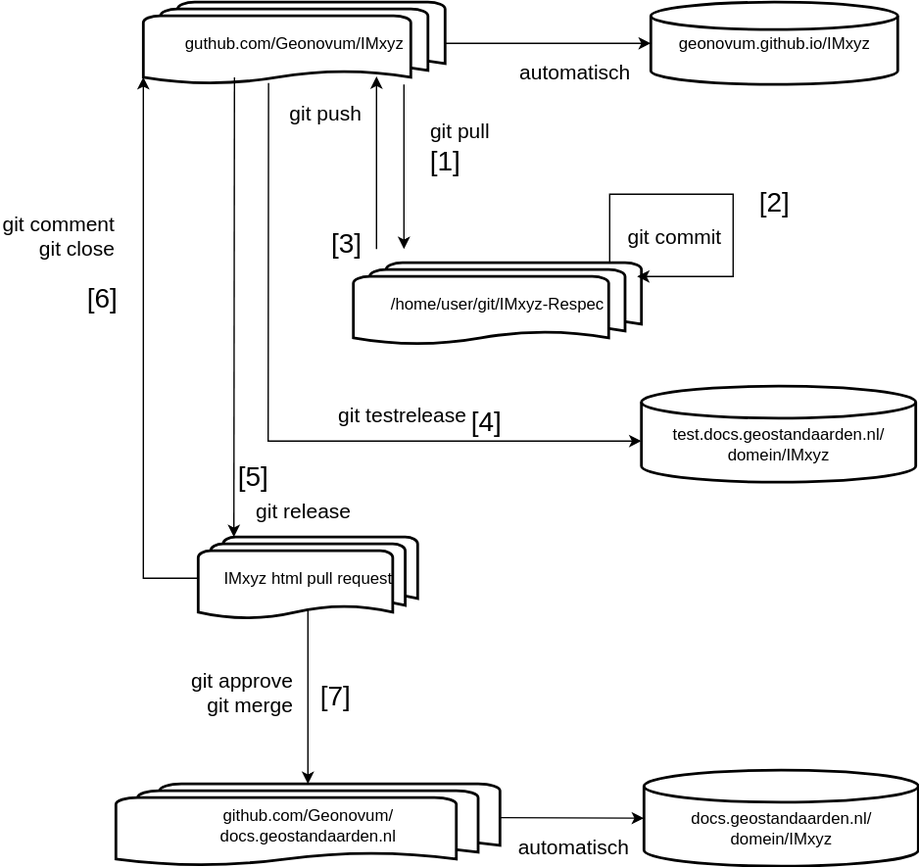
Before: docs/ReSpec/media/WorkflowReSpecGit.drawio.svg, a diagram exported from draw.io (Geonovum/handleiding-tooling). Source tidied: cells renumbered, new cells last; positions are measured from the earlier drawing's top-left corner, leaving out a move shared by most shapes.
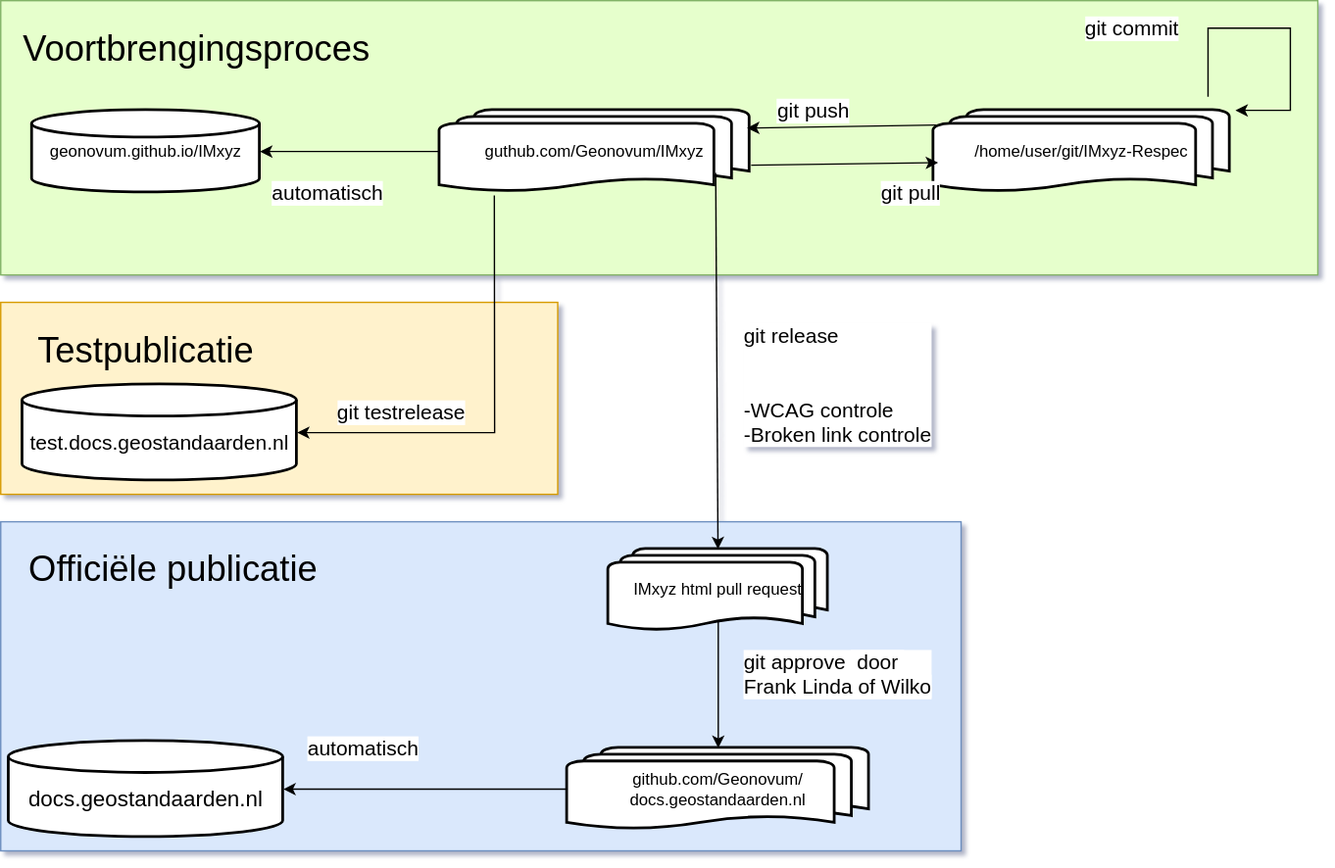
The same file after the commit.

The edit, as a diff of the source:
```diff
@@ -1,107 +1,84 @@
-<mxGraphModel>
+<mxGraphModel shadow="1">
   <root>
     <mxCell id="0" />
     <mxCell id="1" parent="0" />
+    <mxCell id="26" style="rounded=0;whiteSpace=wrap;html=1;fillColor=#dae8fc;strokeColor=#6c8ebf;" parent="1" vertex="1">
+      <mxGeometry x="-680" y="-840" width="700" height="240" as="geometry" />
+    </mxCell>
+    <mxCell id="27" style="rounded=0;whiteSpace=wrap;html=1;fillColor=#FFF2CC;strokeColor=#d79b00;" parent="1" vertex="1">
+      <mxGeometry x="-680" y="-1000" width="406" height="140" as="geometry" />
+    </mxCell>
+    <mxCell id="28" style="rounded=0;whiteSpace=wrap;html=1;fillColor=#E6FFCC;strokeColor=#82b366;" parent="1" vertex="1">
+      <mxGeometry x="-680" y="-1220" width="960" height="200" as="geometry" />
+    </mxCell>
     <mxCell id="2" value="guthub.com/Geonovum/IMxyz" style="strokeWidth=2;html=1;shape=mxgraph.flowchart.multi-document;whiteSpace=wrap;" parent="1" vertex="1">
-      <mxGeometry x="60" width="220" height="60" as="geometry" />
+      <mxGeometry x="-360" y="-1140" width="226" height="60" as="geometry" />
     </mxCell>
     <mxCell id="3" value="/home/user/git/IMxyz-Respec" style="strokeWidth=2;html=1;shape=mxgraph.flowchart.multi-document;whiteSpace=wrap;" parent="1" vertex="1">
-      <mxGeometry x="213.1" y="190" width="210" height="60" as="geometry" />
+      <mxGeometry y="-1140" width="216" height="60" as="geometry" />
     </mxCell>
     <mxCell id="4" value="IMxyz html pull request" style="strokeWidth=2;html=1;shape=mxgraph.flowchart.multi-document;whiteSpace=wrap;" parent="1" vertex="1">
-      <mxGeometry x="100" y="390" width="160" height="60" as="geometry" />
+      <mxGeometry x="-237" y="-820" width="160" height="60" as="geometry" />
     </mxCell>
-    <mxCell id="5" value="&lt;div&gt;&lt;br&gt;&lt;/div&gt;&lt;div&gt;docs.geostandaarden.nl/&lt;/div&gt;&lt;div&gt;domein/IMxyz&lt;/div&gt;" style="strokeWidth=2;html=1;shape=mxgraph.flowchart.database;whiteSpace=wrap;" parent="1" vertex="1">
-      <mxGeometry x="425" y="560" width="200" height="70" as="geometry" />
+    <mxCell id="5" value="&lt;div&gt;&lt;br&gt;&lt;/div&gt;&lt;div&gt;&lt;font style=&quot;font-size: 16px;&quot;&gt;docs.geostandaarden.nl&lt;/font&gt;&lt;/div&gt;" style="strokeWidth=2;html=1;shape=mxgraph.flowchart.database;whiteSpace=wrap;" parent="1" vertex="1">
+      <mxGeometry x="-674" y="-680" width="200" height="70" as="geometry" />
     </mxCell>
-    <mxCell id="6" value="&lt;span style=&quot;font-size: 15px;&quot;&gt;git pull&lt;/span&gt;" style="rounded=0;orthogonalLoop=1;jettySize=auto;html=1;align=left;" parent="1" edge="1">
-      <mxGeometry x="-0.44" y="17" relative="1" as="geometry">
-        <mxPoint x="250" y="60" as="sourcePoint" />
-        <mxPoint x="250" y="180" as="targetPoint" />
+    <mxCell id="6" value="&lt;span style=&quot;font-size: 15px;&quot;&gt;git pull&lt;/span&gt;" style="rounded=0;jettySize=auto;html=1;align=left;entryX=0.015;entryY=0.635;entryDx=0;entryDy=0;entryPerimeter=0;" parent="1" edge="1" target="3">
+      <mxGeometry x="0.36" y="-21" relative="1" as="geometry">
+        <mxPoint x="-133" y="-1100" as="sourcePoint" />
       </mxGeometry>
     </mxCell>
-    <mxCell id="7" value="&lt;div align=&quot;left&quot;&gt;&lt;font style=&quot;font-size: 15px;&quot;&gt;git commit&lt;/font&gt;&lt;/div&gt;" style="edgeStyle=orthogonalEdgeStyle;rounded=0;orthogonalLoop=1;jettySize=auto;html=1;align=left;" parent="1" edge="1">
-      <mxGeometry x="-0.85" y="-11" relative="1" as="geometry">
-        <mxPoint x="400" y="190" as="sourcePoint" />
-        <mxPoint x="420" y="200" as="targetPoint" />
+    <mxCell id="7" value="&lt;div&gt;&lt;font style=&quot;font-size: 15px;&quot;&gt;git commit&lt;/font&gt;&lt;/div&gt;" style="edgeStyle=orthogonalEdgeStyle;rounded=0;orthogonalLoop=1;jettySize=auto;html=1;align=right;" parent="1" edge="1">
+      <mxGeometry x="-0.52" y="-20" relative="1" as="geometry">
+        <mxPoint x="200" y="-1150" as="sourcePoint" />
+        <mxPoint x="220" y="-1140" as="targetPoint" />
         <Array as="points">
-          <mxPoint x="400" y="140" />
-          <mxPoint x="490" y="140" />
-          <mxPoint x="490" y="200" />
+          <mxPoint x="200" y="-1200" />
+          <mxPoint x="260" y="-1200" />
+          <mxPoint x="260" y="-1140" />
         </Array>
+        <mxPoint x="-20" y="-20" as="offset" />
       </mxGeometry>
     </mxCell>
-    <mxCell id="8" value="&lt;font style=&quot;font-size: 15px;&quot;&gt;git release&lt;/font&gt;" style="endArrow=classic;html=1;rounded=0;exitX=0.302;exitY=0.914;exitDx=0;exitDy=0;exitPerimeter=0;align=left;" parent="1" edge="1" source="2">
-      <mxGeometry x="0.88" y="14" relative="1" as="geometry">
-        <mxPoint x="126" y="390" as="targetPoint" />
-      </mxGeometry>
+    <mxCell id="8" value="&lt;font style=&quot;font-size: 15px;&quot;&gt;git release&lt;/font&gt;&lt;div&gt;&lt;span style=&quot;font-size: 15px;&quot;&gt;&lt;br&gt;&lt;/span&gt;&lt;/div&gt;&lt;div&gt;&lt;span style=&quot;font-size: 15px;&quot;&gt;&lt;br&gt;&lt;/span&gt;&lt;div&gt;&lt;span style=&quot;font-size: 15px;&quot;&gt;-WCAG controle&lt;/span&gt;&lt;/div&gt;&lt;div&gt;&lt;span style=&quot;font-size: 15px;&quot;&gt;-Broken link controle&lt;/span&gt;&lt;/div&gt;&lt;/div&gt;" style="endArrow=classic;html=1;rounded=0;exitX=0.89;exitY=0.759;exitDx=0;exitDy=0;exitPerimeter=0;align=left;" parent="1" edge="1" source="2" target="4">
+      <mxGeometry x="0.13" y="18" relative="1" as="geometry" />
     </mxCell>
-    <mxCell id="9" value="&lt;font style=&quot;font-size: 20px;&quot;&gt;[1&lt;/font&gt;&lt;span style=&quot;font-size: 20px; background-color: transparent; color: light-dark(rgb(0, 0, 0), rgb(255, 255, 255));&quot;&gt;]&lt;/span&gt;" style="text;html=1;align=center;verticalAlign=middle;whiteSpace=wrap;rounded=0;" parent="1" vertex="1">
-      <mxGeometry x="250" y="100" width="60" height="30" as="geometry" />
-    </mxCell>
-    <mxCell id="10" value="&lt;font style=&quot;font-size: 20px;&quot;&gt;[4]&lt;/font&gt;" style="text;html=1;align=center;verticalAlign=middle;whiteSpace=wrap;rounded=0;" parent="1" vertex="1">
-      <mxGeometry x="280" y="290" width="60" height="30" as="geometry" />
-    </mxCell>
-    <mxCell id="11" value="&lt;font style=&quot;font-size: 20px;&quot;&gt;[5]&lt;/font&gt;" style="text;html=1;align=center;verticalAlign=middle;whiteSpace=wrap;rounded=0;" parent="1" vertex="1">
-      <mxGeometry x="60" y="600" width="60" height="30" as="geometry" />
-    </mxCell>
-    <mxCell id="12" value="&lt;font style=&quot;font-size: 15px;&quot;&gt;automatisch&lt;/font&gt;" style="endArrow=classic;html=1;rounded=0;exitX=1;exitY=0.5;exitDx=0;exitDy=0;exitPerimeter=0;align=right;entryX=0;entryY=0.5;entryDx=0;entryDy=0;entryPerimeter=0;" parent="1" edge="1" source="2">
-      <mxGeometry x="0.82" y="-20" relative="1" as="geometry">
-        <mxPoint x="430" y="30" as="targetPoint" />
-      </mxGeometry>
+    <mxCell id="12" value="&lt;font style=&quot;font-size: 15px;&quot;&gt;automatisch&lt;/font&gt;" style="endArrow=classic;html=1;rounded=0;exitX=0;exitY=0.5;exitDx=0;exitDy=0;exitPerimeter=0;align=right;entryX=1;entryY=0.5;entryDx=0;entryDy=0;entryPerimeter=0;" parent="1" edge="1" source="2" target="24">
+      <mxGeometry x="-0.39" y="30" relative="1" as="geometry" />
     </mxCell>
-    <mxCell id="13" value="&lt;span style=&quot;font-size: 15px;&quot;&gt;git testrelease&lt;/span&gt;" style="endArrow=classic;html=1;rounded=0;exitX=0.415;exitY=0.983;exitDx=0;exitDy=0;exitPerimeter=0;align=left;entryX=0;entryY=0.5;entryDx=0;entryDy=0;entryPerimeter=0;" parent="1" edge="1" source="2">
-      <mxGeometry x="0.16" y="20" relative="1" as="geometry">
-        <mxPoint x="423.1" y="320" as="targetPoint" />
+    <mxCell id="13" value="&lt;span style=&quot;font-size: 15px;&quot;&gt;git testrelease&lt;/span&gt;" style="endArrow=classic;html=1;rounded=0;exitX=0.176;exitY=1.033;exitDx=0;exitDy=0;exitPerimeter=0;align=right;entryX=1;entryY=0.5;entryDx=0;entryDy=0;entryPerimeter=0;" parent="1" edge="1" source="2" target="25">
+      <mxGeometry x="0.22" y="-15" relative="1" as="geometry">
         <Array as="points">
-          <mxPoint x="151" y="320" />
+          <mxPoint x="-320" y="-905" />
         </Array>
       </mxGeometry>
     </mxCell>
     <mxCell id="14" value="github.com/Geonovum/&lt;div&gt;docs.geostandaarden.nl&lt;/div&gt;" style="strokeWidth=2;html=1;shape=mxgraph.flowchart.multi-document;whiteSpace=wrap;" parent="1" vertex="1">
-      <mxGeometry x="40" y="570" width="280" height="60" as="geometry" />
+      <mxGeometry x="-267" y="-675" width="220" height="60" as="geometry" />
     </mxCell>
-    <mxCell id="15" value="&lt;font style=&quot;font-size: 15px;&quot;&gt;git approve&lt;/font&gt;&lt;div&gt;&lt;font style=&quot;font-size: 15px;&quot;&gt;git merge&lt;/font&gt;&lt;/div&gt;" style="endArrow=classic;html=1;rounded=0;align=right;entryX=0.5;entryY=0;entryDx=0;entryDy=0;entryPerimeter=0;exitX=0.5;exitY=0.88;exitDx=0;exitDy=0;exitPerimeter=0;" parent="1" edge="1" source="4" target="14">
-      <mxGeometry x="-0.05" y="-10" relative="1" as="geometry" />
+    <mxCell id="15" value="&lt;font style=&quot;font-size: 15px;&quot;&gt;git approve&amp;nbsp;&lt;/font&gt;&lt;span style=&quot;font-size: 15px; background-color: light-dark(#ffffff, var(--ge-dark-color, #121212)); color: light-dark(rgb(0, 0, 0), rgb(255, 255, 255));&quot;&gt;&amp;nbsp;door&amp;nbsp;&lt;/span&gt;&lt;div&gt;&lt;span style=&quot;font-size: 15px; background-color: light-dark(#ffffff, var(--ge-dark-color, #121212)); color: light-dark(rgb(0, 0, 0), rgb(255, 255, 255));&quot;&gt;Frank Linda of Wilko&lt;/span&gt;&lt;/div&gt;" style="endArrow=classic;html=1;rounded=0;align=left;entryX=0.5;entryY=0;entryDx=0;entryDy=0;entryPerimeter=0;exitX=0.5;exitY=0.88;exitDx=0;exitDy=0;exitPerimeter=0;" parent="1" edge="1" source="4" target="14">
+      <mxGeometry x="-0.19" y="17" relative="1" as="geometry" />
     </mxCell>
-    <mxCell id="16" value="&lt;font style=&quot;font-size: 20px;&quot;&gt;[5]&lt;/font&gt;" style="text;html=1;align=center;verticalAlign=middle;whiteSpace=wrap;rounded=0;" parent="1" vertex="1">
-      <mxGeometry x="110" y="330" width="60" height="30" as="geometry" />
-    </mxCell>
-    <mxCell id="17" value="&lt;font style=&quot;font-size: 20px;&quot;&gt;[6]&lt;/font&gt;" style="text;html=1;align=center;verticalAlign=middle;whiteSpace=wrap;rounded=0;" parent="1" vertex="1">
-      <mxGeometry y="200" width="60" height="30" as="geometry" />
-    </mxCell>
-    <mxCell id="18" value="&lt;font style=&quot;font-size: 20px;&quot;&gt;[3]&lt;/font&gt;" style="text;html=1;align=center;verticalAlign=middle;whiteSpace=wrap;rounded=0;" parent="1" vertex="1">
-      <mxGeometry x="177.8" y="160" width="60" height="30" as="geometry" />
-    </mxCell>
-    <mxCell id="19" value="&lt;font style=&quot;font-size: 20px;&quot;&gt;[2]&lt;/font&gt;" style="text;html=1;align=center;verticalAlign=middle;whiteSpace=wrap;rounded=0;" parent="1" vertex="1">
-      <mxGeometry x="490" y="130" width="60" height="30" as="geometry" />
-    </mxCell>
-    <mxCell id="20" value="&lt;font style=&quot;font-size: 15px;&quot;&gt;git push&lt;/font&gt;" style="endArrow=classic;html=1;rounded=0;align=right;entryX=0.448;entryY=0.972;entryDx=0;entryDy=0;entryPerimeter=0;" parent="1" edge="1">
-      <mxGeometry x="0.59" y="10" relative="1" as="geometry">
-        <mxPoint x="230" y="180" as="sourcePoint" />
-        <mxPoint x="230" y="54.2" as="targetPoint" />
-      </mxGeometry>
+    <mxCell id="20" value="&lt;font style=&quot;font-size: 15px;&quot;&gt;git push&lt;/font&gt;" style="endArrow=classic;html=1;rounded=0;align=right;entryX=0.991;entryY=0.215;entryDx=0;entryDy=0;entryPerimeter=0;exitX=0.008;exitY=0.178;exitDx=0;exitDy=0;exitPerimeter=0;" parent="1" edge="1" source="3" target="2">
+      <mxGeometry x="-0.11" y="-12" relative="1" as="geometry" />
     </mxCell>
-    <mxCell id="21" value="&lt;font style=&quot;font-size: 15px;&quot;&gt;git comment&lt;/font&gt;&lt;div&gt;&lt;font style=&quot;font-size: 15px;&quot;&gt;git close&lt;/font&gt;&lt;/div&gt;" style="endArrow=classic;html=1;rounded=0;align=right;entryX=0;entryY=0.91;entryDx=0;entryDy=0;entryPerimeter=0;" parent="1" edge="1" source="4" target="2">
-      <mxGeometry x="0.43" y="20" relative="1" as="geometry">
-        <Array as="points">
-          <mxPoint x="60" y="420" />
-        </Array>
-      </mxGeometry>
-    </mxCell>
-    <mxCell id="22" value="&lt;font style=&quot;font-size: 15px;&quot;&gt;automatisch&lt;/font&gt;" style="endArrow=classic;html=1;rounded=0;exitX=1;exitY=0.5;exitDx=0;exitDy=0;exitPerimeter=0;align=right;entryX=0;entryY=0.5;entryDx=0;entryDy=0;entryPerimeter=0;" parent="1" edge="1" target="5">
-      <mxGeometry x="0.82" y="-20" relative="1" as="geometry">
-        <mxPoint x="320" y="594.6" as="sourcePoint" />
-      </mxGeometry>
+    <mxCell id="22" value="&lt;font style=&quot;font-size: 15px;&quot;&gt;automatisch&lt;/font&gt;" style="endArrow=classic;html=1;rounded=0;exitX=0;exitY=0.5;exitDx=0;exitDy=0;exitPerimeter=0;align=right;entryX=1;entryY=0.5;entryDx=0;entryDy=0;entryPerimeter=0;" parent="1" edge="1" source="14" target="5">
+      <mxGeometry x="0.03" y="-30" relative="1" as="geometry" />
     </mxCell>
-    <mxCell id="23" value="&lt;font style=&quot;font-size: 20px;&quot;&gt;[7]&lt;/font&gt;" style="text;html=1;align=center;verticalAlign=middle;whiteSpace=wrap;rounded=0;" parent="1" vertex="1">
-      <mxGeometry x="170" y="490" width="60" height="30" as="geometry" />
-    </mxCell>
     <mxCell id="24" value="geonovum.github.io/IMxyz" style="strokeWidth=2;html=1;shape=mxgraph.flowchart.database;whiteSpace=wrap;" parent="1" vertex="1">
-      <mxGeometry x="430" width="180" height="60" as="geometry" />
+      <mxGeometry x="-657" y="-1140" width="166" height="60" as="geometry" />
     </mxCell>
-    <mxCell id="25" value="&lt;div&gt;&lt;br&gt;&lt;/div&gt;&lt;div&gt;test.docs.geostandaarden.nl/&lt;/div&gt;&lt;div&gt;domein/IMxyz&lt;/div&gt;" style="strokeWidth=2;html=1;shape=mxgraph.flowchart.database;whiteSpace=wrap;" parent="1" vertex="1">
-      <mxGeometry x="423.1" y="280" width="200" height="70" as="geometry" />
+    <mxCell id="25" value="&lt;div&gt;&lt;br&gt;&lt;/div&gt;&lt;div&gt;&lt;font style=&quot;font-size: 15px;&quot;&gt;test.docs.geostandaarden.nl&lt;/font&gt;&lt;/div&gt;" style="strokeWidth=2;html=1;shape=mxgraph.flowchart.database;whiteSpace=wrap;" parent="1" vertex="1">
+      <mxGeometry x="-664" y="-940" width="200" height="70" as="geometry" />
     </mxCell>
+    <mxCell id="29" value="Voortbrengingsproces" style="text;html=1;whiteSpace=wrap;strokeColor=none;fillColor=none;align=center;verticalAlign=middle;rounded=0;fontSize=26;" parent="1" vertex="1">
+      <mxGeometry x="-674" y="-1200" width="274" height="30" as="geometry" />
+    </mxCell>
+    <mxCell id="30" value="Testpublicatie" style="text;html=1;whiteSpace=wrap;strokeColor=none;fillColor=none;align=center;verticalAlign=middle;rounded=0;fontSize=26;" parent="1" vertex="1">
+      <mxGeometry x="-674" y="-980" width="200" height="30" as="geometry" />
+    </mxCell>
+    <mxCell id="31" value="Officiële publicatie" style="text;html=1;whiteSpace=wrap;strokeColor=none;fillColor=none;align=center;verticalAlign=middle;rounded=0;fontSize=26;" parent="1" vertex="1">
+      <mxGeometry x="-664" y="-820" width="220" height="30" as="geometry" />
+    </mxCell>
   </root>
 </mxGraphModel>
```
